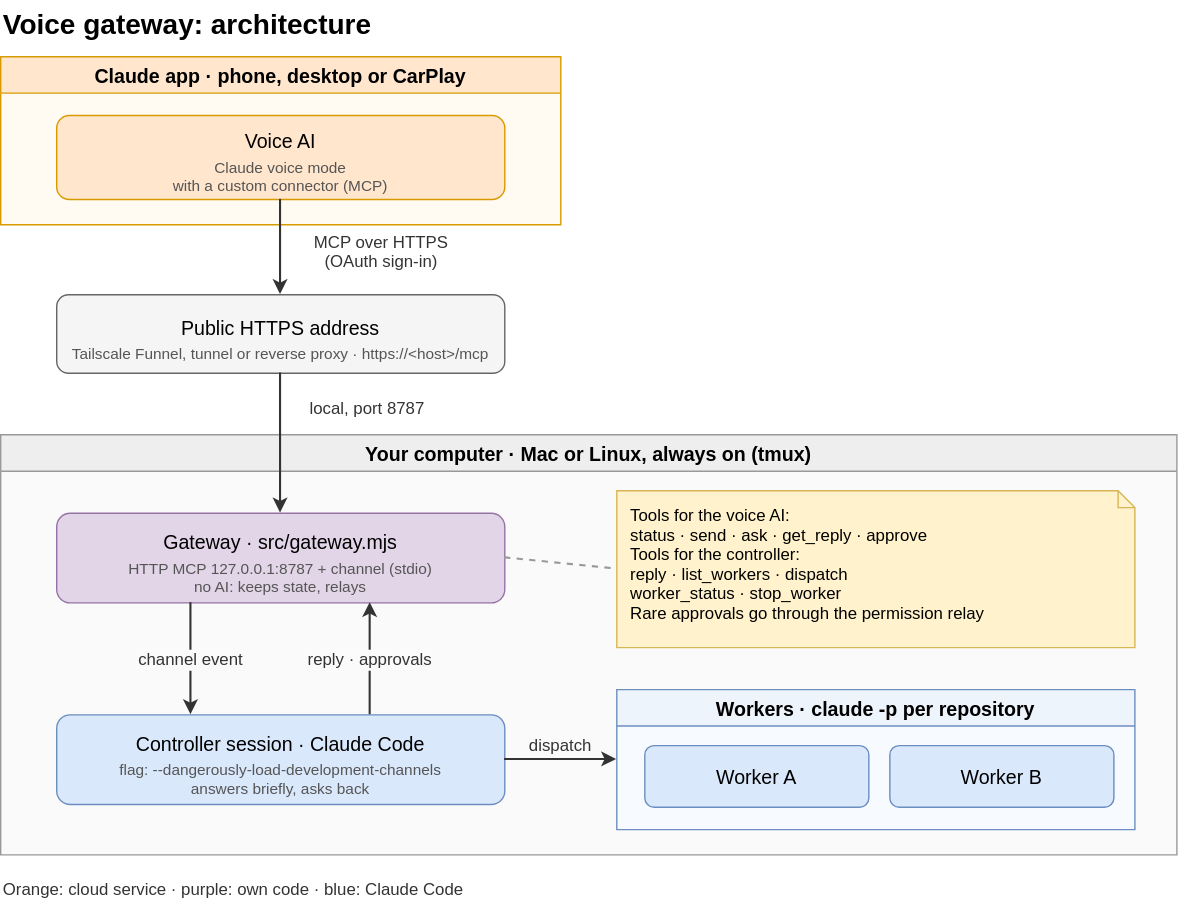
alderg/cc-voice-gateway keeps this draw.io diagram as docs/architecture.drawio.svg. Above is the earlier version. Source tidied: cells renumbered, new cells last; positions are measured from the earlier drawing's top-left corner, leaving out a move shared by most shapes.
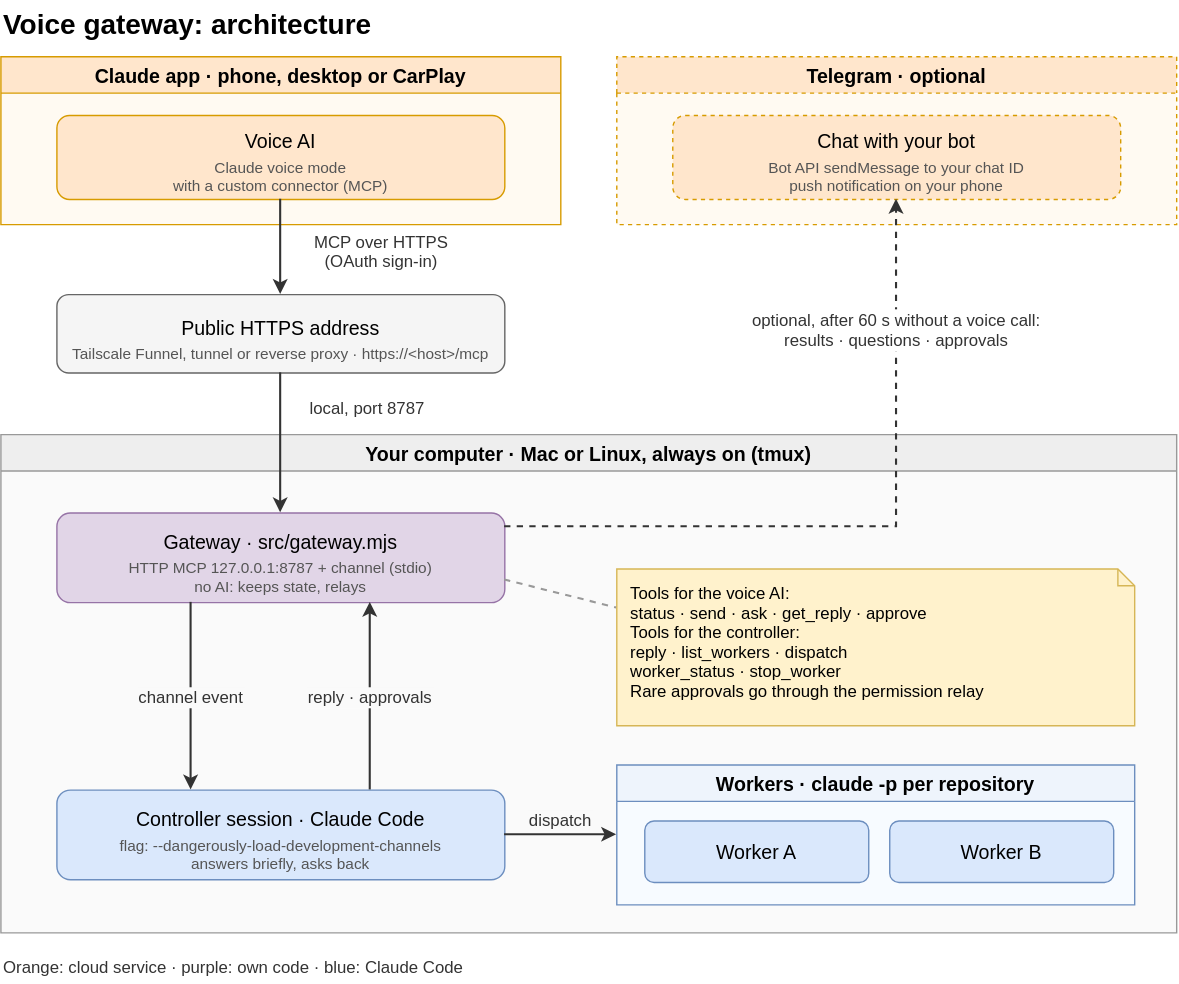
After the commit.

Commit message:
README and diagrams: the optional Telegram fallback

Change to the diagram source:
```diff
@@ -14,6 +14,15 @@
     <mxCell id="5" value="Claude voice mode&#10;with a custom connector (MCP)" style="text;html=0;fontSize=11;fontColor=#555555;align=center;verticalAlign=top;spacing=0;strokeColor=none;fillColor=none;" parent="4" vertex="1">
       <mxGeometry y="26.7" width="320" height="26.4" as="geometry" />
     </mxCell>
+    <mxCell id="24" value="Telegram · optional" style="swimlane;startSize=26;html=0;fontSize=14;fontStyle=1;fillColor=#ffe6cc;strokeColor=#d79b00;swimlaneFillColor=#fffaf2;rounded=0;dashed=1;" parent="1" vertex="1">
+      <mxGeometry x="440" y="40" width="400" height="120" as="geometry" />
+    </mxCell>
+    <mxCell id="25" value="Chat with your bot" style="rounded=1;html=0;fontSize=14;fillColor=#ffe6cc;strokeColor=#d79b00;fontStyle=0;verticalAlign=top;spacingTop=4.9;dashed=1;" parent="24" vertex="1">
+      <mxGeometry x="40" y="42" width="320" height="60" as="geometry" />
+    </mxCell>
+    <mxCell id="26" value="Bot API sendMessage to your chat ID&#10;push notification on your phone" style="text;html=0;fontSize=11;fontColor=#555555;align=center;verticalAlign=top;spacing=0;strokeColor=none;fillColor=none;" parent="25" vertex="1">
+      <mxGeometry y="26.7" width="320" height="26.4" as="geometry" />
+    </mxCell>
     <mxCell id="6" value="Public HTTPS address" style="rounded=1;html=0;fontSize=14;fillColor=#f5f5f5;strokeColor=#666666;fontStyle=0;verticalAlign=top;spacingTop=9.5;" parent="1" vertex="1">
       <mxGeometry x="40" y="210" width="320" height="56" as="geometry" />
     </mxCell>
@@ -21,7 +30,7 @@
       <mxGeometry y="31.3" width="320" height="13.2" as="geometry" />
     </mxCell>
     <mxCell id="8" value="Your computer · Mac or Linux, always on (tmux)" style="swimlane;startSize=26;html=0;fontSize=14;fontStyle=1;fillColor=#eeeeee;strokeColor=#999999;swimlaneFillColor=#fafafa;rounded=0;" parent="1" vertex="1">
-      <mxGeometry y="310" width="840" height="300" as="geometry" />
+      <mxGeometry y="310" width="840" height="356" as="geometry" />
     </mxCell>
     <mxCell id="9" value="Gateway · src/gateway.mjs" style="rounded=1;html=0;fontSize=14;fillColor=#e1d5e7;strokeColor=#9673a6;fontStyle=0;verticalAlign=top;spacingTop=6.9;" parent="8" vertex="1">
       <mxGeometry x="40" y="56" width="320" height="64" as="geometry" />
@@ -30,16 +39,16 @@
       <mxGeometry y="28.7" width="320" height="26.4" as="geometry" />
     </mxCell>
     <mxCell id="11" value="Controller session · Claude Code" style="rounded=1;html=0;fontSize=14;fillColor=#dae8fc;strokeColor=#6c8ebf;fontStyle=0;verticalAlign=top;spacingTop=6.9;" parent="8" vertex="1">
-      <mxGeometry x="40" y="200" width="320" height="64" as="geometry" />
+      <mxGeometry x="40" y="254" width="320" height="64" as="geometry" />
     </mxCell>
     <mxCell id="12" value="flag: --dangerously-load-development-channels&#10;answers briefly, asks back" style="text;html=0;fontSize=11;fontColor=#555555;align=center;verticalAlign=top;spacing=0;strokeColor=none;fillColor=none;" parent="11" vertex="1">
       <mxGeometry y="28.7" width="320" height="26.4" as="geometry" />
     </mxCell>
     <mxCell id="13" value="Tools for the voice AI:&#10;status · send · ask · get_reply · approve&#10;Tools for the controller:&#10;reply · list_workers · dispatch&#10;worker_status · stop_worker&#10;Rare approvals go through the permission relay" style="shape=note;size=12;html=0;fontSize=12;align=left;verticalAlign=top;spacingLeft=8;spacingTop=4;fillColor=#fff2cc;strokeColor=#d6b656;" parent="8" vertex="1">
-      <mxGeometry x="440" y="40" width="370" height="112" as="geometry" />
+      <mxGeometry x="440" y="96" width="370" height="112" as="geometry" />
     </mxCell>
     <mxCell id="14" value="Workers · claude -p per repository" style="swimlane;startSize=26;html=0;fontSize=14;fontStyle=1;fillColor=#eef4fc;strokeColor=#6c8ebf;swimlaneFillColor=#f7fbff;rounded=0;" parent="8" vertex="1">
-      <mxGeometry x="440" y="182" width="370" height="100" as="geometry" />
+      <mxGeometry x="440" y="236" width="370" height="100" as="geometry" />
     </mxCell>
     <mxCell id="15" value="Worker A" style="rounded=1;html=0;fontSize=14;fillColor=#dae8fc;strokeColor=#6c8ebf;fontStyle=0;" parent="14" vertex="1">
       <mxGeometry x="20" y="40" width="160" height="44" as="geometry" />
@@ -48,7 +57,7 @@
       <mxGeometry x="195" y="40" width="160" height="44" as="geometry" />
     </mxCell>
     <mxCell id="17" value="Orange: cloud service · purple: own code · blue: Claude Code" style="text;html=0;fontSize=12;align=left;verticalAlign=middle;strokeColor=none;fillColor=none;fontStyle=0;fontColor=#333333;" parent="1" vertex="1">
-      <mxGeometry y="622" width="840" height="24" as="geometry" />
+      <mxGeometry y="678" width="840" height="24" as="geometry" />
     </mxCell>
     <mxCell id="18" value="MCP over HTTPS&#10;(OAuth sign-in)" style="edgeStyle=none;rounded=0;html=0;endArrow=classic;endFill=1;startArrow=none;strokeColor=#333333;strokeWidth=1.5;fontSize=12;fontColor=#333333;labelBackgroundColor=#ffffff;exitX=0.5;exitY=1;exitDx=0;exitDy=0;entryX=0.5;entryY=0;entryDx=0;entryDy=0;" parent="1" edge="1" source="4" target="6">
       <mxGeometry x="0.1" relative="1" as="geometry">
@@ -71,8 +80,15 @@
         <mxPoint y="-11" as="offset" />
       </mxGeometry>
     </mxCell>
-    <mxCell id="23" style="edgeStyle=none;rounded=0;html=0;endArrow=none;startArrow=none;strokeColor=#999999;strokeWidth=1.5;fontSize=12;fontColor=#333333;labelBackgroundColor=#ffffff;dashed=1;exitX=1;exitY=0.5;exitDx=0;exitDy=0;entryX=0;entryY=0.5;entryDx=0;entryDy=0;" parent="1" edge="1" source="9" target="13">
+    <mxCell id="23" style="edgeStyle=none;rounded=0;html=0;endArrow=none;startArrow=none;strokeColor=#999999;strokeWidth=1.5;fontSize=12;fontColor=#333333;labelBackgroundColor=#ffffff;dashed=1;exitX=1;exitY=0.75;exitDx=0;exitDy=0;entryX=0;entryY=0.25;entryDx=0;entryDy=0;" parent="1" edge="1" source="9" target="13">
       <mxGeometry relative="1" as="geometry" />
     </mxCell>
+    <mxCell id="27" value="optional, after 60 s without a voice call:&#10;results · questions · approvals" style="edgeStyle=none;rounded=0;html=0;endArrow=classic;endFill=1;startArrow=none;strokeColor=#333333;strokeWidth=1.5;fontSize=12;fontColor=#333333;labelBackgroundColor=#ffffff;dashed=1;exitX=1;exitY=0;exitDx=0;exitDy=10;entryX=0.5;entryY=1;entryDx=0;entryDy=0;" parent="1" edge="1" source="9" target="25">
+      <mxGeometry x="0.64" relative="1" as="geometry">
+        <Array as="points">
+          <mxPoint x="640" y="376" />
+        </Array>
+      </mxGeometry>
+    </mxCell>
   </root>
 </mxGraphModel>
```
